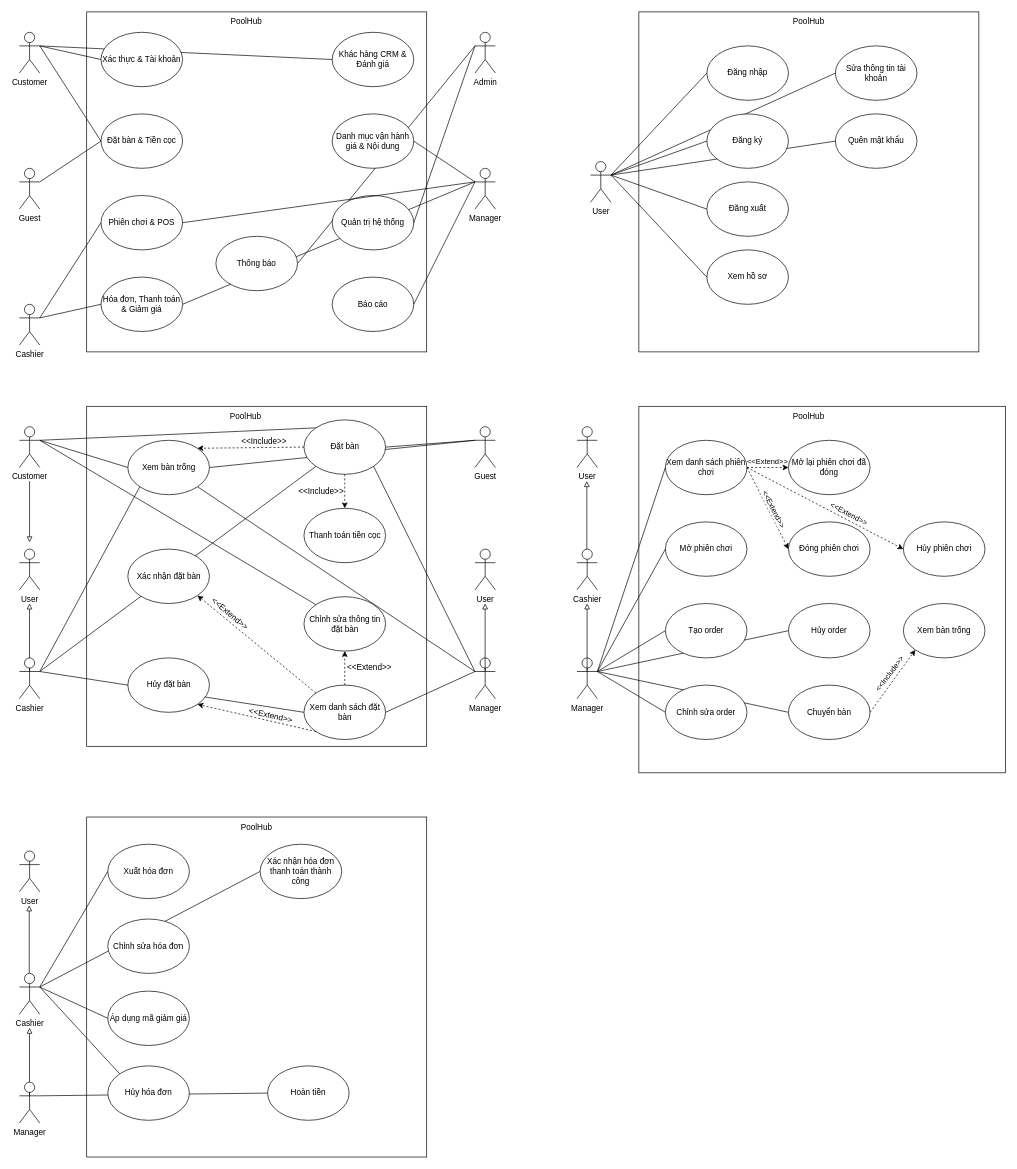
This is docs/UCD_PoolHub_PRN232.drawio from nguyenhuy238/pool-hub, a draw.io file, before an edit. Source tidied: cells renumbered, new cells numbered last; positions are measured from the earlier drawing's top-left corner, leaving out a move shared by most shapes. Both pictures are drawn from the tidied source at 68%, with x=0, y=0 at pixel (19, 12).
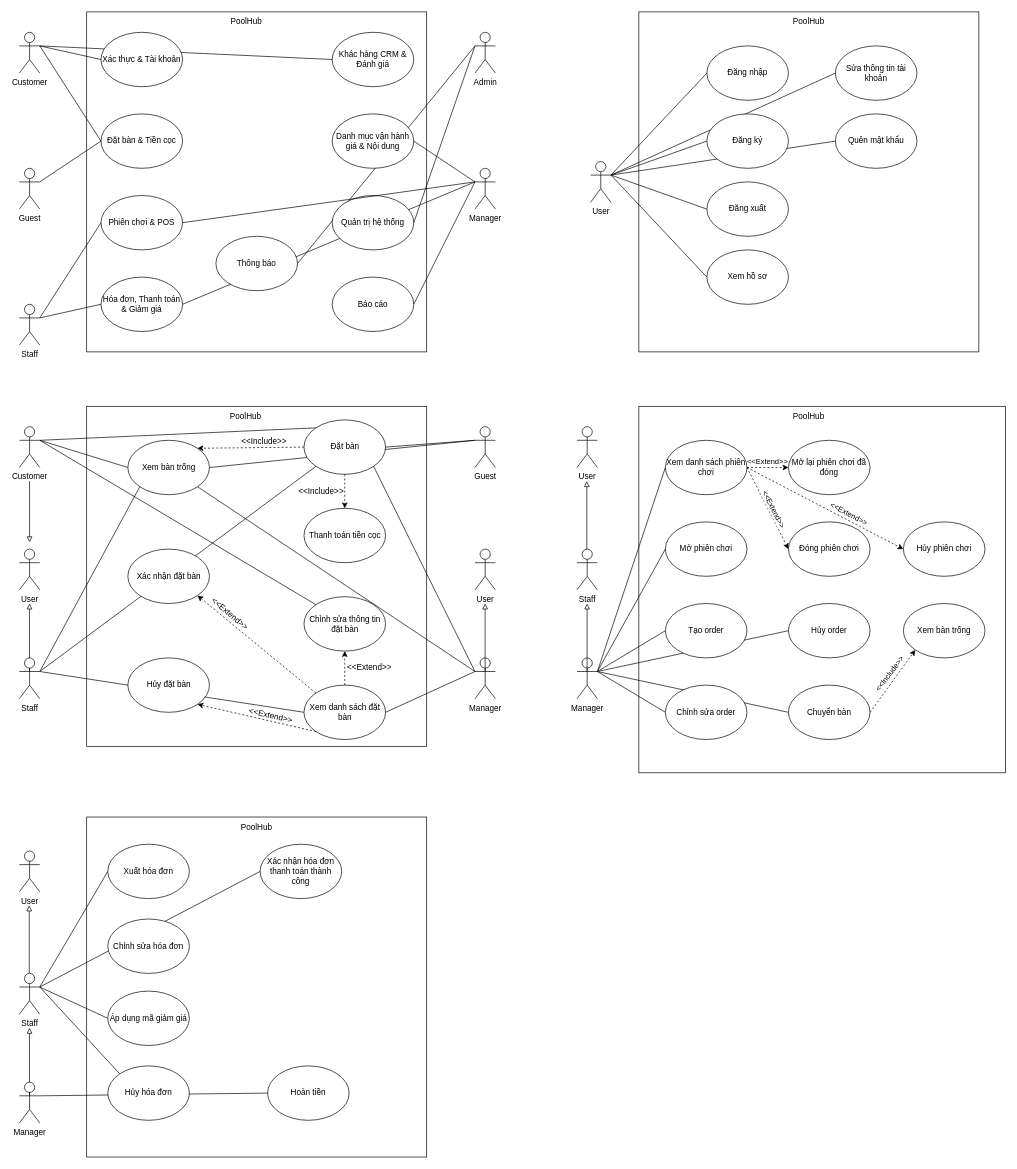
The same diagram, later.

What changed in the source:
```diff
@@
-    <mxCell id="11" value="Cashier" style="shape=umlActor;verticalLabelPosition=bottom;verticalAlign=top;html=1;outlineConnect=0;" parent="1" vertex="1">
+    <mxCell id="11" value="Staff" style="shape=umlActor;verticalLabelPosition=bottom;verticalAlign=top;html=1;outlineConnect=0;" parent="1" vertex="1">
       <mxGeometry y="430" width="30" height="60" as="geometry" />
     </mxCell>
@@
-    <mxCell id="48" value="Cashier" style="shape=umlActor;verticalLabelPosition=bottom;verticalAlign=top;html=1;outlineConnect=0;" parent="1" vertex="1">
+    <mxCell id="48" value="Staff" style="shape=umlActor;verticalLabelPosition=bottom;verticalAlign=top;html=1;outlineConnect=0;" parent="1" vertex="1">
       <mxGeometry y="950" width="30" height="60" as="geometry" />
     </mxCell>
@@
-    <mxCell id="86" value="Cashier" style="shape=umlActor;verticalLabelPosition=bottom;verticalAlign=top;html=1;" parent="1" vertex="1">
+    <mxCell id="86" value="Staff" style="shape=umlActor;verticalLabelPosition=bottom;verticalAlign=top;html=1;" parent="1" vertex="1">
       <mxGeometry x="820" y="790" width="30" height="60" as="geometry" />
     </mxCell>
@@
-    <mxCell id="119" value="Cashier" style="shape=umlActor;verticalLabelPosition=bottom;verticalAlign=top;html=1;outlineConnect=0;" parent="1" vertex="1">
+    <mxCell id="119" value="Staff" style="shape=umlActor;verticalLabelPosition=bottom;verticalAlign=top;html=1;outlineConnect=0;" parent="1" vertex="1">
       <mxGeometry y="1414" width="30" height="60" as="geometry" />
     </mxCell>
```
